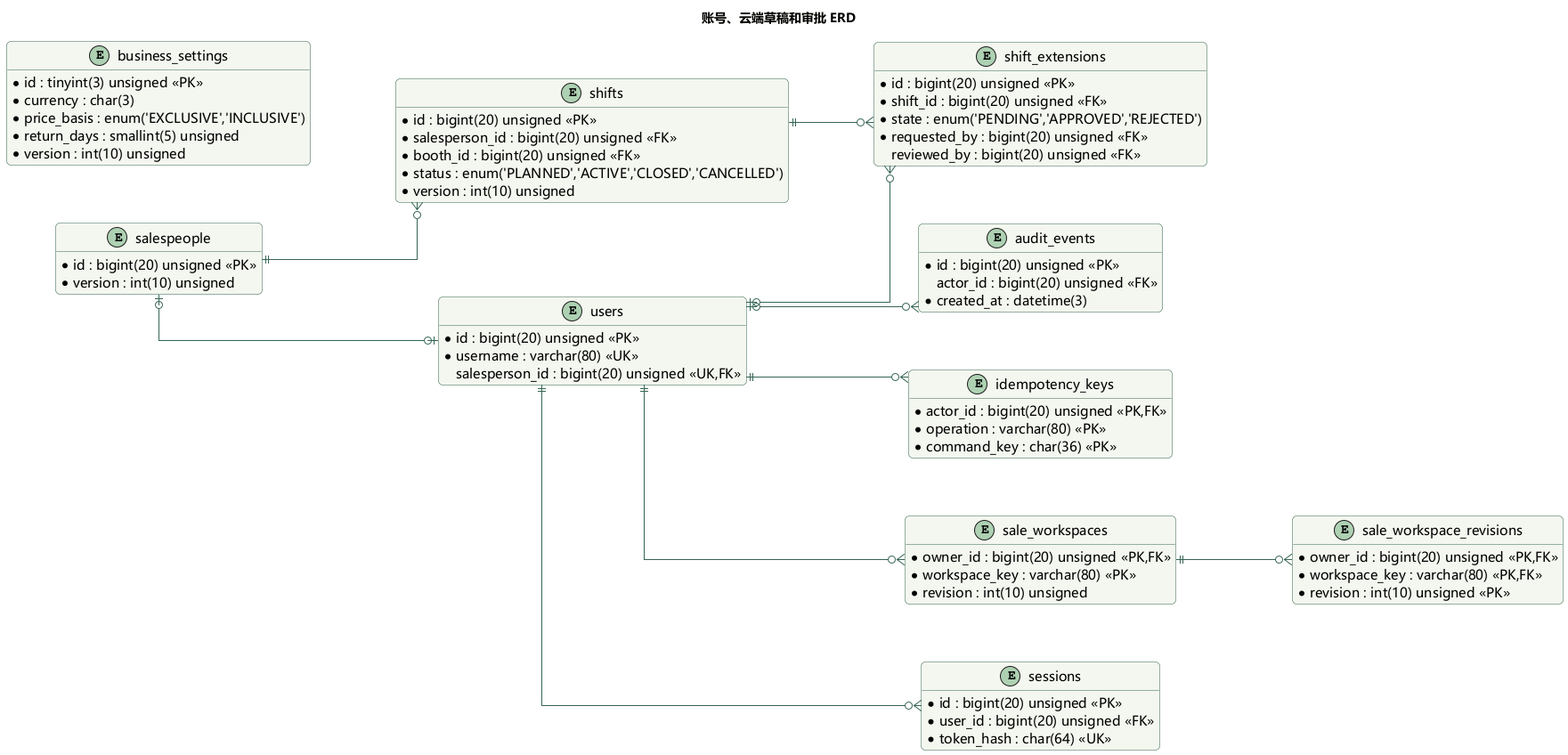
Before: docs/retail-operations/diagrams/03d-drafts-access-erd.png, a diagram exported from PlantUML (xingchenyd/foxcore-retail).
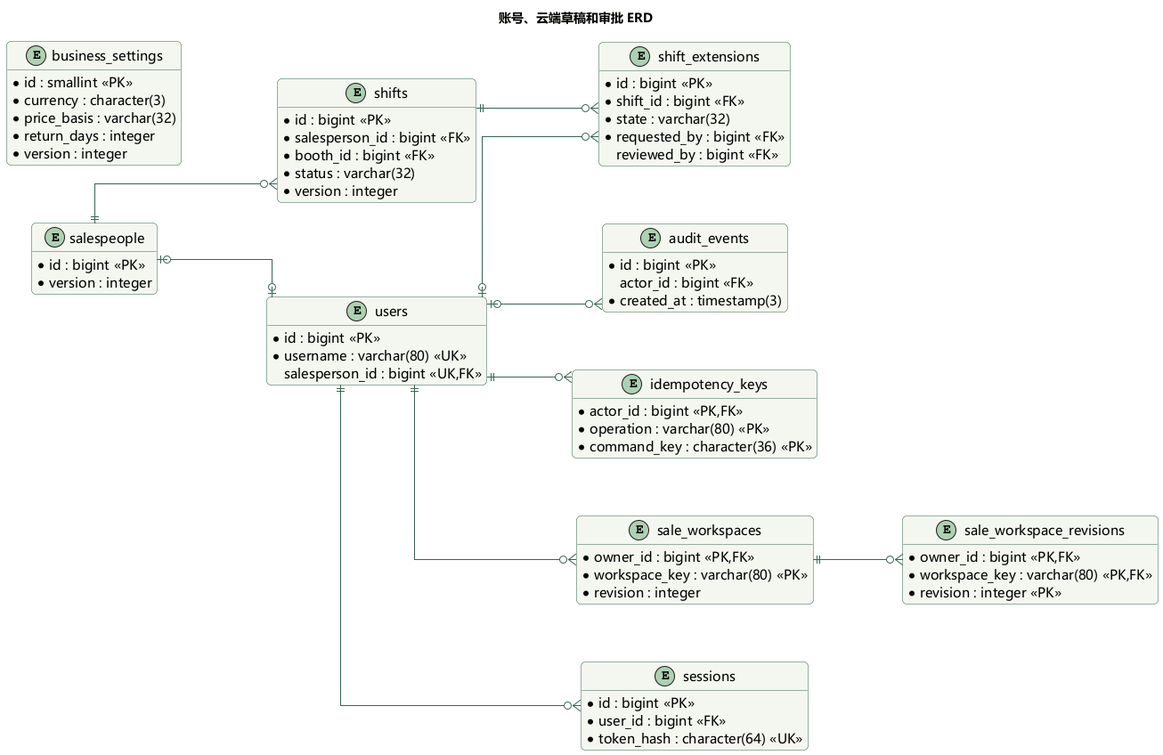
After the change.

The edit, as a diff of the source:
```diff
@@ -23,59 +23,59 @@
 skinparam nodesep 65
 skinparam ranksep 95
 entity "audit_events" as audit_events {
- {field} * id : bigint(20) unsigned <<PK>>
- {field} actor_id : bigint(20) unsigned <<FK>>
- {field} * created_at : datetime(3)
+ {field} * id : bigint <<PK>>
+ {field} actor_id : bigint <<FK>>
+ {field} * created_at : timestamp(3)
 }
 entity "business_settings" as business_settings {
- {field} * id : tinyint(3) unsigned <<PK>>
- {field} * currency : char(3)
- {field} * price_basis : enum('EXCLUSIVE','INCLUSIVE')
- {field} * return_days : smallint(5) unsigned
- {field} * version : int(10) unsigned
+ {field} * id : smallint <<PK>>
+ {field} * currency : character(3)
+ {field} * price_basis : varchar(32)
+ {field} * return_days : integer
+ {field} * version : integer
 }
 entity "idempotency_keys" as idempotency_keys {
- {field} * actor_id : bigint(20) unsigned <<PK,FK>>
+ {field} * actor_id : bigint <<PK,FK>>
  {field} * operation : varchar(80) <<PK>>
- {field} * command_key : char(36) <<PK>>
+ {field} * command_key : character(36) <<PK>>
 }
 entity "salespeople" as salespeople {
- {field} * id : bigint(20) unsigned <<PK>>
- {field} * version : int(10) unsigned
+ {field} * id : bigint <<PK>>
+ {field} * version : integer
 }
 entity "sale_workspaces" as sale_workspaces {
- {field} * owner_id : bigint(20) unsigned <<PK,FK>>
+ {field} * owner_id : bigint <<PK,FK>>
  {field} * workspace_key : varchar(80) <<PK>>
- {field} * revision : int(10) unsigned
+ {field} * revision : integer
 }
 entity "sale_workspace_revisions" as sale_workspace_revisions {
- {field} * owner_id : bigint(20) unsigned <<PK,FK>>
+ {field} * owner_id : bigint <<PK,FK>>
  {field} * workspace_key : varchar(80) <<PK,FK>>
- {field} * revision : int(10) unsigned <<PK>>
+ {field} * revision : integer <<PK>>
 }
 entity "sessions" as sessions {
- {field} * id : bigint(20) unsigned <<PK>>
- {field} * user_id : bigint(20) unsigned <<FK>>
- {field} * token_hash : char(64) <<UK>>
+ {field} * id : bigint <<PK>>
+ {field} * user_id : bigint <<FK>>
+ {field} * token_hash : character(64) <<UK>>
 }
 entity "shifts" as shifts {
- {field} * id : bigint(20) unsigned <<PK>>
- {field} * salesperson_id : bigint(20) unsigned <<FK>>
- {field} * booth_id : bigint(20) unsigned <<FK>>
- {field} * status : enum('PLANNED','ACTIVE','CLOSED','CANCELLED')
- {field} * version : int(10) unsigned
+ {field} * id : bigint <<PK>>
+ {field} * salesperson_id : bigint <<FK>>
+ {field} * booth_id : bigint <<FK>>
+ {field} * status : varchar(32)
+ {field} * version : integer
 }
 entity "shift_extensions" as shift_extensions {
- {field} * id : bigint(20) unsigned <<PK>>
- {field} * shift_id : bigint(20) unsigned <<FK>>
- {field} * state : enum('PENDING','APPROVED','REJECTED')
- {field} * requested_by : bigint(20) unsigned <<FK>>
- {field} reviewed_by : bigint(20) unsigned <<FK>>
+ {field} * id : bigint <<PK>>
+ {field} * shift_id : bigint <<FK>>
+ {field} * state : varchar(32)
+ {field} * requested_by : bigint <<FK>>
+ {field} reviewed_by : bigint <<FK>>
 }
 entity "users" as users {
- {field} * id : bigint(20) unsigned <<PK>>
+ {field} * id : bigint <<PK>>
  {field} * username : varchar(80) <<UK>>
- {field} salesperson_id : bigint(20) unsigned <<UK,FK>>
+ {field} salesperson_id : bigint <<UK,FK>>
 }
 users |o--o{ audit_events
 users ||--o{ idempotency_keys
```
